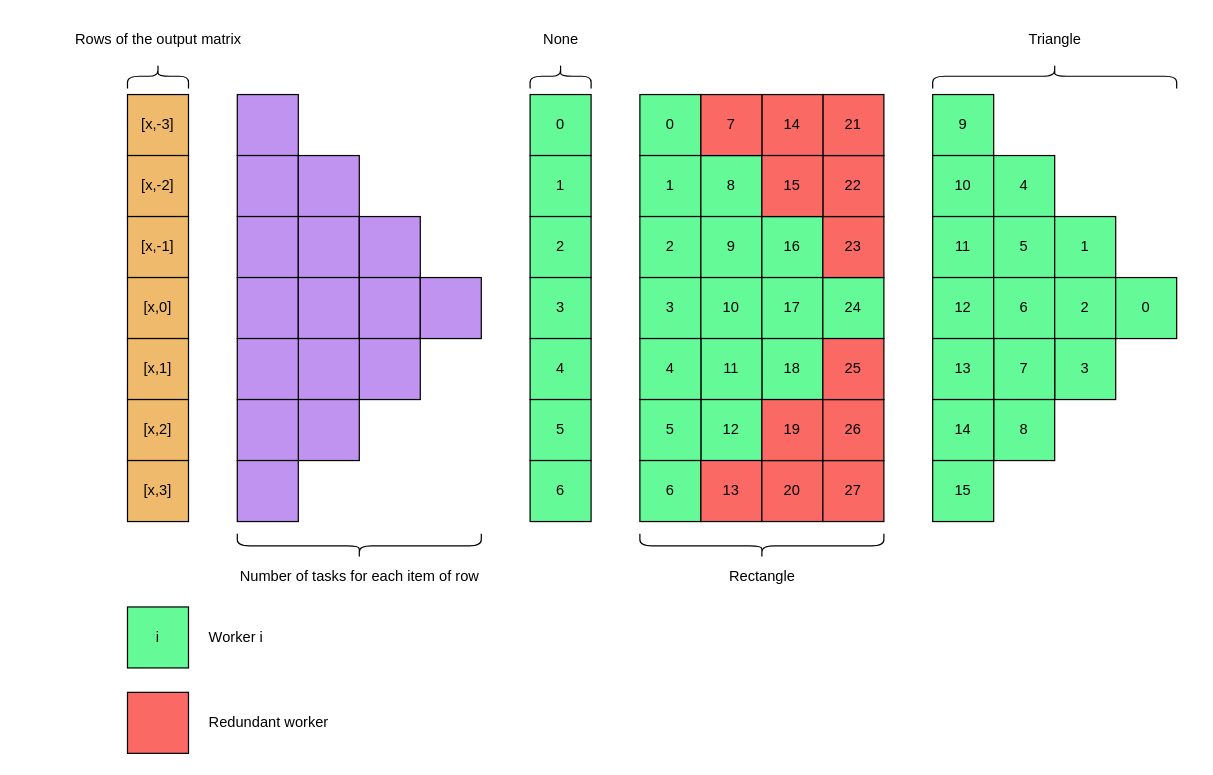
Before: page "DistMax1Row" (9 of 27) of en/img/overlap.drawio in MK4H/DPText, a draw.io diagram. Source tidied: cells renumbered, new cells numbered last; positions are measured from the earlier drawing's top-left corner, leaving out a move shared by most shapes. Both pictures are drawn from the tidied source at 122%, with x=0, y=0 at pixel (20, -46).
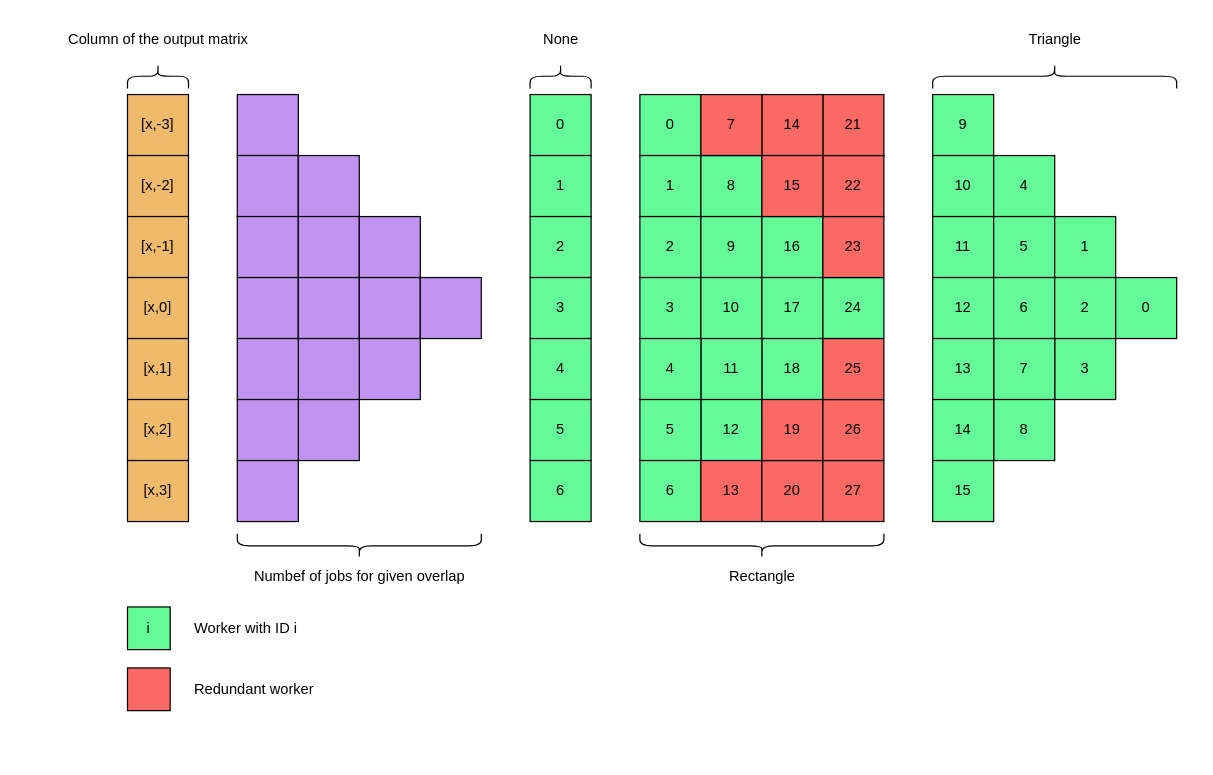
The same page after the edit.

What changed in the source:
```diff
@@
-    <mxCell id="77" value="Rows of the output matrix" style="text;html=1;strokeColor=none;fillColor=none;align=center;verticalAlign=middle;whiteSpace=wrap;rounded=0;" parent="1" vertex="1">
+    <mxCell id="77" value="Column of the output matrix" style="text;html=1;strokeColor=none;fillColor=none;align=center;verticalAlign=middle;whiteSpace=wrap;rounded=0;" parent="1" vertex="1">
       <mxGeometry x="0.5" y="55" width="225" height="30" as="geometry" />
     </mxCell>
@@
-    <mxCell id="82" value="Number of tasks for each item of row" style="text;html=1;strokeColor=none;fillColor=none;align=center;verticalAlign=middle;whiteSpace=wrap;rounded=0;" parent="1" vertex="1">
-      <mxGeometry x="165.5" y="495" width="225" height="30" as="geometry" />
+    <mxCell id="82" value="Numbef of jobs for given overlap" style="text;html=1;strokeColor=none;fillColor=none;align=center;verticalAlign=middle;whiteSpace=wrap;rounded=0;" parent="1" vertex="1">
+      <mxGeometry x="151.8" y="495" width="252.5" height="30" as="geometry" />
     </mxCell>
@@
     <mxCell id="86" value="i" style="rounded=0;whiteSpace=wrap;html=1;fillColor=#64FA98;" parent="1" vertex="1">
-      <mxGeometry x="88" y="535" width="50" height="50" as="geometry" />
+      <mxGeometry x="88" y="535" width="35" height="35" as="geometry" />
     </mxCell>
     <mxCell id="87" style="rounded=0;whiteSpace=wrap;html=1;fillColor=#FA6963;" parent="1" vertex="1">
-      <mxGeometry x="88" y="605" width="50" height="50" as="geometry" />
+      <mxGeometry x="88" y="585" width="35" height="35" as="geometry" />
     </mxCell>
-    <mxCell id="88" value="Worker i" style="text;html=1;strokeColor=none;fillColor=none;align=left;verticalAlign=middle;whiteSpace=wrap;rounded=0;" parent="1" vertex="1">
-      <mxGeometry x="153" y="545" width="225" height="30" as="geometry" />
+    <mxCell id="88" value="Worker with ID i" style="text;html=1;strokeColor=none;fillColor=none;align=left;verticalAlign=middle;whiteSpace=wrap;rounded=0;" parent="1" vertex="1">
+      <mxGeometry x="140.5" y="537.5" width="225" height="30" as="geometry" />
     </mxCell>
     <mxCell id="89" value="Redundant worker" style="text;html=1;strokeColor=none;fillColor=none;align=left;verticalAlign=middle;whiteSpace=wrap;rounded=0;" parent="1" vertex="1">
-      <mxGeometry x="153" y="615" width="225" height="30" as="geometry" />
+      <mxGeometry x="140.5" y="587.5" width="225" height="30" as="geometry" />
     </mxCell>
```
